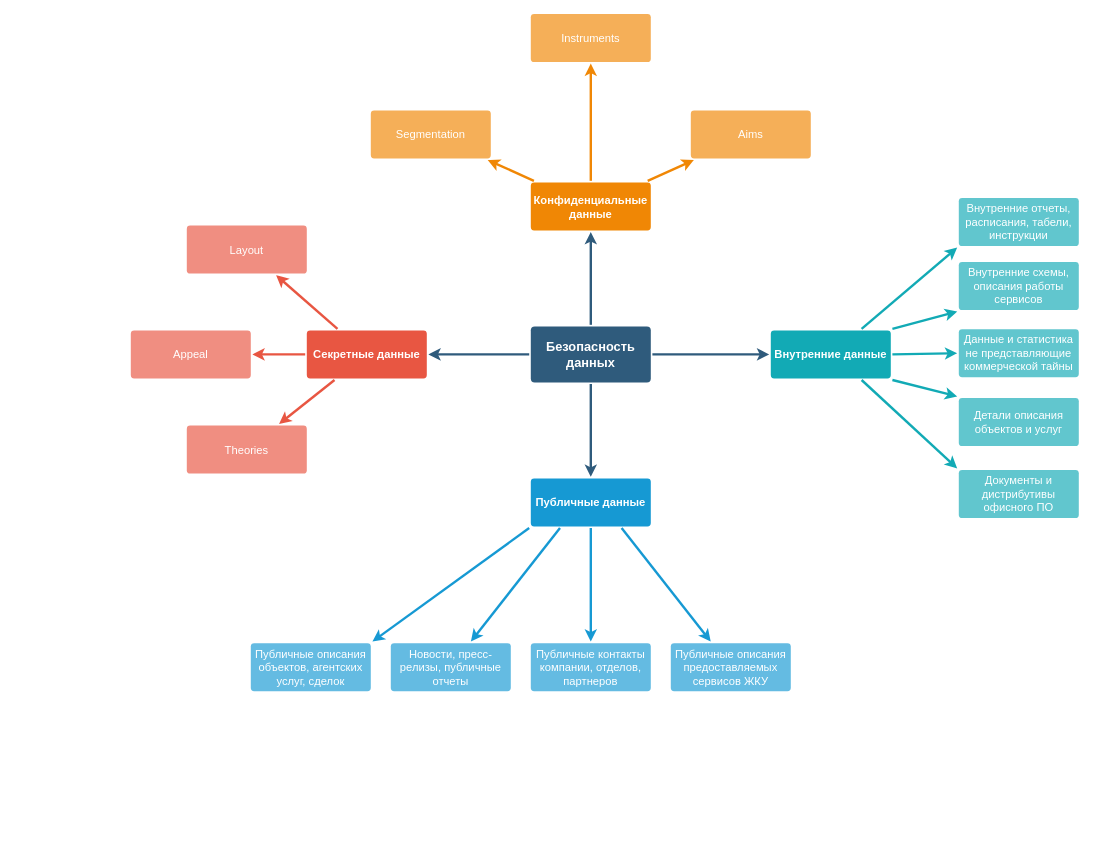
The draw.io diagram Task1/mindmap.drawio in Boropwnz/architecture-propdevelopment, before the edit. Source tidied: cells renumbered, new cells numbered last; positions are measured from the earlier drawing's top-left corner, leaving out a move shared by most shapes. Both pictures are drawn from the tidied source at 80%, with x=0, y=0 at pixel (130, 14).
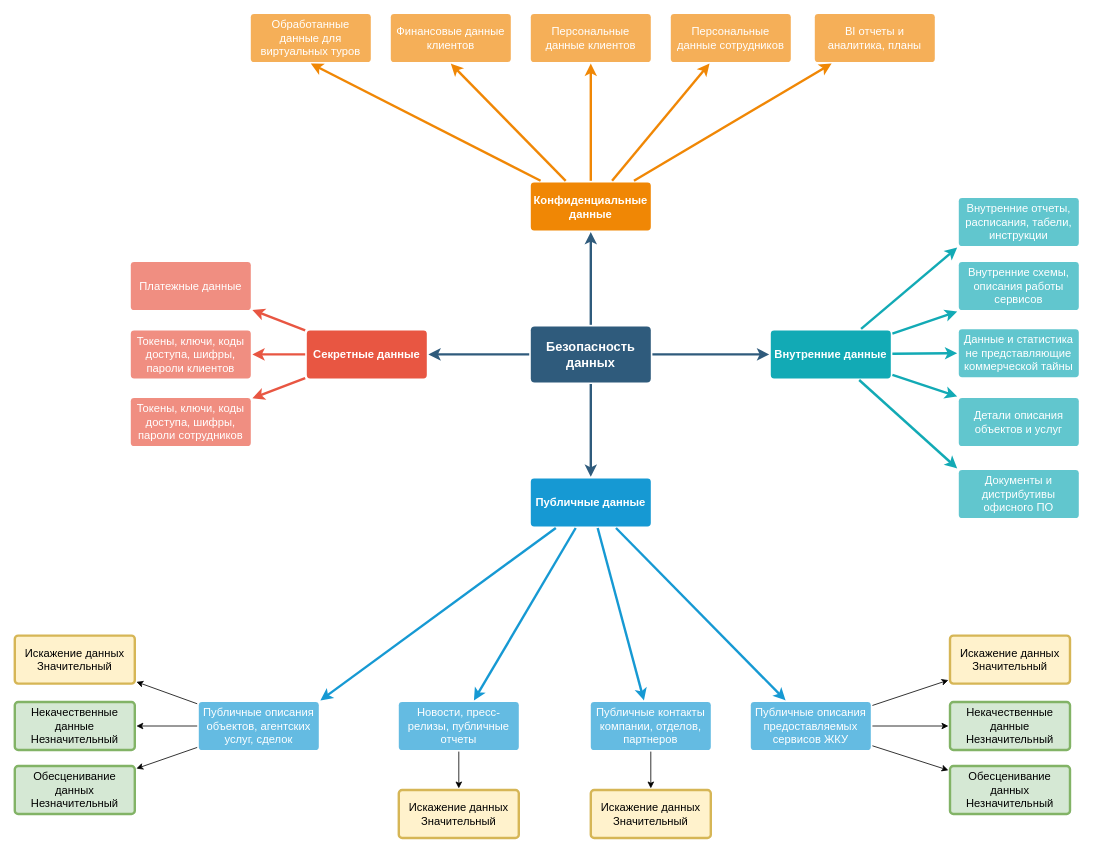
Above is the later version.

Unchanged cells that the change refers to:
```xml
<mxCell id="17" value="Публичные данные" style="rounded=1;whiteSpace=wrap;html=1;shadow=0;labelBackgroundColor=none;strokeColor=none;strokeWidth=3;fillColor=#1699d3;fontFamily=Helvetica;fontSize=14;fontColor=#FFFFFF;align=center;spacing=5;fontStyle=1;arcSize=7;perimeterSpacing=2;" parent="1" vertex="1">
  <mxGeometry x="500" y="580.5" width="150" height="60" as="geometry" />
</mxCell>
<mxCell id="21" value="Конфиденциальные данные" style="rounded=1;whiteSpace=wrap;html=1;shadow=0;labelBackgroundColor=none;strokeColor=none;strokeWidth=3;fillColor=#F08705;fontFamily=Helvetica;fontSize=14;fontColor=#FFFFFF;align=center;spacing=5;fontStyle=1;arcSize=7;perimeterSpacing=2;" parent="1" vertex="1">
  <mxGeometry x="500" y="210.5" width="150" height="60" as="geometry" />
</mxCell>
<mxCell id="28" value="Внутренние данные" style="rounded=1;whiteSpace=wrap;html=1;shadow=0;labelBackgroundColor=none;strokeColor=none;strokeWidth=3;fillColor=#12aab5;fontFamily=Helvetica;fontSize=14;fontColor=#FFFFFF;align=center;spacing=5;fontStyle=1;arcSize=7;perimeterSpacing=2;" parent="1" vertex="1">
  <mxGeometry x="800" y="395.5" width="150" height="60" as="geometry" />
</mxCell>
<mxCell id="29" value="Документы и дистрибутивы офисного ПО" style="rounded=1;whiteSpace=wrap;html=1;shadow=0;labelBackgroundColor=none;strokeColor=none;strokeWidth=3;fillColor=#61c6ce;fontFamily=Helvetica;fontSize=14;fontColor=#FFFFFF;align=center;spacing=5;fontStyle=0;arcSize=7;perimeterSpacing=2;" parent="1" vertex="1">
  <mxGeometry x="1035" y="570" width="150" height="60" as="geometry" />
</mxCell>
<mxCell id="31" value="Детали описания объектов и услуг" style="rounded=1;whiteSpace=wrap;html=1;shadow=0;labelBackgroundColor=none;strokeColor=none;strokeWidth=3;fillColor=#61c6ce;fontFamily=Helvetica;fontSize=14;fontColor=#FFFFFF;align=center;spacing=5;fontStyle=0;arcSize=7;perimeterSpacing=2;" parent="1" vertex="1">
  <mxGeometry x="1035" y="480" width="150" height="60" as="geometry" />
</mxCell>
<mxCell id="33" value="Внутренние схемы, описания работы сервисов" style="rounded=1;whiteSpace=wrap;html=1;shadow=0;labelBackgroundColor=none;strokeColor=none;strokeWidth=3;fillColor=#61c6ce;fontFamily=Helvetica;fontSize=14;fontColor=#FFFFFF;align=center;spacing=5;fontStyle=0;arcSize=7;perimeterSpacing=2;" parent="1" vertex="1">
  <mxGeometry x="1035" y="310" width="150" height="60" as="geometry" />
</mxCell>
<mxCell id="35" value="Внутренние отчеты, расписания, табели, инструкции" style="rounded=1;whiteSpace=wrap;html=1;shadow=0;labelBackgroundColor=none;strokeColor=none;strokeWidth=3;fillColor=#61c6ce;fontFamily=Helvetica;fontSize=14;fontColor=#FFFFFF;align=center;spacing=5;fontStyle=0;arcSize=7;perimeterSpacing=2;" parent="1" vertex="1">
  <mxGeometry x="1035" y="230" width="150" height="60" as="geometry" />
</mxCell>
<mxCell id="39" value="Данные и статистика не представляющие коммерческой тайны" style="rounded=1;whiteSpace=wrap;html=1;shadow=0;labelBackgroundColor=none;strokeColor=none;strokeWidth=3;fillColor=#61c6ce;fontFamily=Helvetica;fontSize=14;fontColor=#FFFFFF;align=center;spacing=5;fontStyle=0;arcSize=7;perimeterSpacing=2;" parent="1" vertex="1">
  <mxGeometry x="1035" y="394" width="150" height="60" as="geometry" />
</mxCell>
```

What changed in the source:
```diff
@@
-    <mxCell id="11" value="Theories" style="rounded=1;whiteSpace=wrap;html=1;shadow=0;labelBackgroundColor=none;strokeColor=none;strokeWidth=3;fillColor=#f08e81;fontFamily=Helvetica;fontSize=14;fontColor=#FFFFFF;align=center;spacing=5;fontStyle=0;arcSize=7;perimeterSpacing=2;" parent="1" vertex="1">
-      <mxGeometry x="70" y="514.5" width="150" height="60" as="geometry" />
+    <mxCell id="11" value="Токены, ключи, коды доступа, шифры, пароли сотрудников" style="rounded=1;whiteSpace=wrap;html=1;shadow=0;labelBackgroundColor=none;strokeColor=none;strokeWidth=3;fillColor=#f08e81;fontFamily=Helvetica;fontSize=14;fontColor=#FFFFFF;align=center;spacing=5;fontStyle=0;arcSize=7;perimeterSpacing=2;" parent="1" vertex="1">
+      <mxGeometry y="480" width="150" height="60" as="geometry" />
     </mxCell>
-    <mxCell id="12" value="Appeal" style="rounded=1;whiteSpace=wrap;html=1;shadow=0;labelBackgroundColor=none;strokeColor=none;strokeWidth=3;fillColor=#f08e81;fontFamily=Helvetica;fontSize=14;fontColor=#FFFFFF;align=center;spacing=5;fontStyle=0;arcSize=7;perimeterSpacing=2;" parent="1" vertex="1">
+    <mxCell id="12" value="Токены, ключи, коды доступа, шифры, пароли клиентов" style="rounded=1;whiteSpace=wrap;html=1;shadow=0;labelBackgroundColor=none;strokeColor=none;strokeWidth=3;fillColor=#f08e81;fontFamily=Helvetica;fontSize=14;fontColor=#FFFFFF;align=center;spacing=5;fontStyle=0;arcSize=7;perimeterSpacing=2;" parent="1" vertex="1">
       <mxGeometry y="395.5" width="150" height="60" as="geometry" />
     </mxCell>
-    <mxCell id="13" value="Layout" style="rounded=1;whiteSpace=wrap;html=1;shadow=0;labelBackgroundColor=none;strokeColor=none;strokeWidth=3;fillColor=#f08e81;fontFamily=Helvetica;fontSize=14;fontColor=#FFFFFF;align=center;spacing=5;fontStyle=0;arcSize=7;perimeterSpacing=2;" parent="1" vertex="1">
-      <mxGeometry x="70" y="264.5" width="150" height="60" as="geometry" />
+    <mxCell id="13" value="Платежные данные" style="rounded=1;whiteSpace=wrap;html=1;shadow=0;labelBackgroundColor=none;strokeColor=none;strokeWidth=3;fillColor=#f08e81;fontFamily=Helvetica;fontSize=14;fontColor=#FFFFFF;align=center;spacing=5;fontStyle=0;arcSize=7;perimeterSpacing=2;" parent="1" vertex="1">
+      <mxGeometry y="310" width="150" height="60" as="geometry" />
     </mxCell>
-    <mxCell id="14" style="edgeStyle=none;rounded=0;jumpStyle=none;html=1;shadow=0;labelBackgroundColor=none;startArrow=none;startFill=0;endArrow=classic;endFill=1;jettySize=auto;strokeColor=#1699D3;strokeWidth=3;fontFamily=Helvetica;fontSize=14;fontColor=#FFFFFF;spacing=5;exitX=0.25;exitY=1;exitDx=0;exitDy=0;" parent="1" edge="1" source="17" target="20">
+    <mxCell id="14" style="edgeStyle=none;rounded=0;jumpStyle=none;html=1;shadow=0;labelBackgroundColor=none;startArrow=none;startFill=0;endArrow=classic;endFill=1;jettySize=auto;strokeColor=#1699D3;strokeWidth=3;fontFamily=Helvetica;fontSize=14;fontColor=#FFFFFF;spacing=5;" parent="1" edge="1" source="17" target="20">
       <mxGeometry relative="1" as="geometry" />
     </mxCell>
@@
-    <mxCell id="16" style="edgeStyle=none;rounded=0;jumpStyle=none;html=1;shadow=0;labelBackgroundColor=none;startArrow=none;startFill=0;endArrow=classic;endFill=1;jettySize=auto;strokeColor=#1699D3;strokeWidth=3;fontFamily=Helvetica;fontSize=14;fontColor=#FFFFFF;spacing=5;exitX=0.75;exitY=1;exitDx=0;exitDy=0;" parent="1" edge="1" source="17" target="18">
+    <mxCell id="16" style="edgeStyle=none;rounded=0;jumpStyle=none;html=1;shadow=0;labelBackgroundColor=none;startArrow=none;startFill=0;endArrow=classic;endFill=1;jettySize=auto;strokeColor=#1699D3;strokeWidth=3;fontFamily=Helvetica;fontSize=14;fontColor=#FFFFFF;spacing=5;" parent="1" edge="1" source="17" target="18">
       <mxGeometry relative="1" as="geometry" />
     </mxCell>
@@
+    <mxCell id="41" style="rounded=0;jettySize=auto;html=1;" parent="1" edge="1" source="18" target="58">
+      <mxGeometry relative="1" as="geometry" />
+    </mxCell>
+    <mxCell id="42" style="rounded=0;jettySize=auto;html=1;" parent="1" edge="1" source="18" target="59">
+      <mxGeometry relative="1" as="geometry" />
+    </mxCell>
+    <mxCell id="43" style="rounded=0;jettySize=auto;html=1;" parent="1" edge="1" source="18" target="60">
+      <mxGeometry relative="1" as="geometry" />
+    </mxCell>
     <mxCell id="18" value="Публичные описания предоставляемых сервисов ЖКУ" style="rounded=1;whiteSpace=wrap;html=1;shadow=0;labelBackgroundColor=none;strokeColor=none;strokeWidth=3;fillColor=#64bbe2;fontFamily=Helvetica;fontSize=14;fontColor=#FFFFFF;align=center;spacing=5;arcSize=7;perimeterSpacing=2;" parent="1" vertex="1">
-      <mxGeometry x="675" y="786.5" width="150" height="60" as="geometry" />
+      <mxGeometry x="775" y="860" width="150" height="60" as="geometry" />
     </mxCell>
+    <mxCell id="44" style="rounded=0;jettySize=auto;html=1;" parent="1" edge="1" source="19" target="57">
+      <mxGeometry relative="1" as="geometry" />
+    </mxCell>
     <mxCell id="19" value="Публичные контакты компании, отделов, партнеров" style="rounded=1;whiteSpace=wrap;html=1;shadow=0;labelBackgroundColor=none;strokeColor=none;strokeWidth=3;fillColor=#64bbe2;fontFamily=Helvetica;fontSize=14;fontColor=#FFFFFF;align=center;spacing=5;arcSize=7;perimeterSpacing=2;" parent="1" vertex="1">
-      <mxGeometry x="500" y="786.5" width="150" height="60" as="geometry" />
+      <mxGeometry x="575" y="860" width="150" height="60" as="geometry" />
     </mxCell>
+    <mxCell id="45" style="rounded=0;jettySize=auto;html=1;" parent="1" edge="1" source="20" target="56">
+      <mxGeometry relative="1" as="geometry" />
+    </mxCell>
     <mxCell id="20" value="Новости, пресс-релизы, публичные отчеты" style="rounded=1;whiteSpace=wrap;html=1;shadow=0;labelBackgroundColor=none;strokeColor=none;strokeWidth=3;fillColor=#64bbe2;fontFamily=Helvetica;fontSize=14;fontColor=#FFFFFF;align=center;spacing=5;arcSize=7;perimeterSpacing=2;" parent="1" vertex="1">
-      <mxGeometry x="325" y="786.5" width="150" height="60" as="geometry" />
+      <mxGeometry x="335" y="860" width="150" height="60" as="geometry" />
     </mxCell>
@@
-    <mxCell id="22" value="Aims&lt;br&gt;" style="rounded=1;whiteSpace=wrap;html=1;shadow=0;labelBackgroundColor=none;strokeColor=none;strokeWidth=3;fillColor=#f5af58;fontFamily=Helvetica;fontSize=14;fontColor=#FFFFFF;align=center;spacing=5;arcSize=7;perimeterSpacing=2;" parent="1" vertex="1">
-      <mxGeometry x="700" y="120.5" width="150" height="60" as="geometry" />
+    <mxCell id="22" value="BI отчеты и аналитика, планы" style="rounded=1;whiteSpace=wrap;html=1;shadow=0;labelBackgroundColor=none;strokeColor=none;strokeWidth=3;fillColor=#f5af58;fontFamily=Helvetica;fontSize=14;fontColor=#FFFFFF;align=center;spacing=5;arcSize=7;perimeterSpacing=2;" parent="1" vertex="1">
+      <mxGeometry x="855" width="150" height="60" as="geometry" />
     </mxCell>
@@
-    <mxCell id="24" value="Instruments" style="rounded=1;whiteSpace=wrap;html=1;shadow=0;labelBackgroundColor=none;strokeColor=none;strokeWidth=3;fillColor=#f5af58;fontFamily=Helvetica;fontSize=14;fontColor=#FFFFFF;align=center;spacing=5;arcSize=7;perimeterSpacing=2;" parent="1" vertex="1">
-      <mxGeometry x="500" width="150" height="60" as="geometry" />
+    <mxCell id="24" value="Персональные данные сотрудников" style="rounded=1;whiteSpace=wrap;html=1;shadow=0;labelBackgroundColor=none;strokeColor=none;strokeWidth=3;fillColor=#f5af58;fontFamily=Helvetica;fontSize=14;fontColor=#FFFFFF;align=center;spacing=5;arcSize=7;perimeterSpacing=2;" parent="1" vertex="1">
+      <mxGeometry x="675" width="150" height="60" as="geometry" />
     </mxCell>
@@
-    <mxCell id="26" value="Segmentation" style="rounded=1;whiteSpace=wrap;html=1;shadow=0;labelBackgroundColor=none;strokeColor=none;strokeWidth=3;fillColor=#f5af58;fontFamily=Helvetica;fontSize=14;fontColor=#FFFFFF;align=center;spacing=5;arcSize=7;perimeterSpacing=2;" parent="1" vertex="1">
-      <mxGeometry x="300" y="120.5" width="150" height="60" as="geometry" />
+    <mxCell id="26" value="Персональные данные клиентов" style="rounded=1;whiteSpace=wrap;html=1;shadow=0;labelBackgroundColor=none;strokeColor=none;strokeWidth=3;fillColor=#f5af58;fontFamily=Helvetica;fontSize=14;fontColor=#FFFFFF;align=center;spacing=5;arcSize=7;perimeterSpacing=2;" parent="1" vertex="1">
+      <mxGeometry x="500" width="150" height="60" as="geometry" />
     </mxCell>
@@
-    <mxCell id="30" style="edgeStyle=none;rounded=1;jumpStyle=none;html=1;shadow=0;labelBackgroundColor=none;startArrow=none;startFill=0;jettySize=auto;strokeColor=#12AAB5;strokeWidth=3;fontFamily=Helvetica;fontSize=14;fontColor=#FFFFFF;spacing=5;fontStyle=1;fillColor=#b0e3e6;exitX=0.75;exitY=1;exitDx=0;exitDy=0;entryX=0;entryY=0;entryDx=0;entryDy=0;" parent="1" edge="1" source="28" target="29">
+    <mxCell id="30" style="edgeStyle=none;rounded=1;jumpStyle=none;html=1;shadow=0;labelBackgroundColor=none;startArrow=none;startFill=0;jettySize=auto;strokeColor=#12AAB5;strokeWidth=3;fontFamily=Helvetica;fontSize=14;fontColor=#FFFFFF;spacing=5;fontStyle=1;fillColor=#b0e3e6;entryX=0;entryY=0;entryDx=0;entryDy=0;" parent="1" edge="1" source="28" target="29">
       <mxGeometry relative="1" as="geometry" />
     </mxCell>
@@
-    <mxCell id="32" style="edgeStyle=none;rounded=1;jumpStyle=none;html=1;shadow=0;labelBackgroundColor=none;startArrow=none;startFill=0;jettySize=auto;strokeColor=#12AAB5;strokeWidth=3;fontFamily=Helvetica;fontSize=14;fontColor=#FFFFFF;spacing=5;fontStyle=1;fillColor=#b0e3e6;exitX=1;exitY=1;exitDx=0;exitDy=0;entryX=0;entryY=0;entryDx=0;entryDy=0;" parent="1" edge="1" source="28" target="31">
+    <mxCell id="32" style="edgeStyle=none;rounded=1;jumpStyle=none;html=1;shadow=0;labelBackgroundColor=none;startArrow=none;startFill=0;jettySize=auto;strokeColor=#12AAB5;strokeWidth=3;fontFamily=Helvetica;fontSize=14;fontColor=#FFFFFF;spacing=5;fontStyle=1;fillColor=#b0e3e6;entryX=0;entryY=0;entryDx=0;entryDy=0;" parent="1" edge="1" source="28" target="31">
       <mxGeometry relative="1" as="geometry" />
     </mxCell>
@@
-    <mxCell id="34" style="edgeStyle=none;rounded=1;jumpStyle=none;html=1;shadow=0;labelBackgroundColor=none;startArrow=none;startFill=0;jettySize=auto;strokeColor=#12AAB5;strokeWidth=3;fontFamily=Helvetica;fontSize=14;fontColor=#FFFFFF;spacing=5;fontStyle=1;fillColor=#b0e3e6;exitX=1;exitY=0;exitDx=0;exitDy=0;entryX=0;entryY=1;entryDx=0;entryDy=0;" parent="1" edge="1" source="28" target="33">
+    <mxCell id="34" style="edgeStyle=none;rounded=1;jumpStyle=none;html=1;shadow=0;labelBackgroundColor=none;startArrow=none;startFill=0;jettySize=auto;strokeColor=#12AAB5;strokeWidth=3;fontFamily=Helvetica;fontSize=14;fontColor=#FFFFFF;spacing=5;fontStyle=1;fillColor=#b0e3e6;entryX=0;entryY=1;entryDx=0;entryDy=0;" parent="1" edge="1" source="28" target="33">
       <mxGeometry relative="1" as="geometry" />
     </mxCell>
@@
-    <mxCell id="36" style="edgeStyle=none;rounded=1;jumpStyle=none;html=1;shadow=0;labelBackgroundColor=none;startArrow=none;startFill=0;jettySize=auto;strokeColor=#12AAB5;strokeWidth=3;fontFamily=Helvetica;fontSize=14;fontColor=#FFFFFF;spacing=5;fontStyle=1;fillColor=#b0e3e6;exitX=0.75;exitY=0;exitDx=0;exitDy=0;entryX=0;entryY=1;entryDx=0;entryDy=0;" parent="1" edge="1" source="28" target="35">
+    <mxCell id="36" style="edgeStyle=none;rounded=1;jumpStyle=none;html=1;shadow=0;labelBackgroundColor=none;startArrow=none;startFill=0;jettySize=auto;strokeColor=#12AAB5;strokeWidth=3;fontFamily=Helvetica;fontSize=14;fontColor=#FFFFFF;spacing=5;fontStyle=1;fillColor=#b0e3e6;entryX=0;entryY=1;entryDx=0;entryDy=0;" parent="1" edge="1" source="28" target="35">
       <mxGeometry relative="1" as="geometry" />
     </mxCell>
-    <mxCell id="37" style="edgeStyle=none;rounded=0;jumpStyle=none;html=1;shadow=0;labelBackgroundColor=none;startArrow=none;startFill=0;endArrow=classic;endFill=1;jettySize=auto;strokeColor=#1699D3;strokeWidth=3;fontFamily=Helvetica;fontSize=14;fontColor=#FFFFFF;spacing=5;exitX=0;exitY=1;exitDx=0;exitDy=0;entryX=1;entryY=0;entryDx=0;entryDy=0;" parent="1" edge="1" source="17" target="38">
+    <mxCell id="37" style="edgeStyle=none;rounded=0;jumpStyle=none;html=1;shadow=0;labelBackgroundColor=none;startArrow=none;startFill=0;endArrow=classic;endFill=1;jettySize=auto;strokeColor=#1699D3;strokeWidth=3;fontFamily=Helvetica;fontSize=14;fontColor=#FFFFFF;spacing=5;entryX=1;entryY=0;entryDx=0;entryDy=0;" parent="1" edge="1" source="17" target="38">
       <mxGeometry relative="1" as="geometry" />
     </mxCell>
+    <mxCell id="46" style="rounded=0;jettySize=auto;html=1;strokeColor=default;" parent="1" edge="1" source="38" target="53">
+      <mxGeometry relative="1" as="geometry" />
+    </mxCell>
+    <mxCell id="47" style="rounded=0;jettySize=auto;html=1;" parent="1" edge="1" source="38" target="54">
+      <mxGeometry relative="1" as="geometry" />
+    </mxCell>
+    <mxCell id="48" style="rounded=0;jettySize=auto;html=1;" parent="1" edge="1" source="38" target="55">
+      <mxGeometry relative="1" as="geometry" />
+    </mxCell>
     <mxCell id="38" value="Публичные описания объектов, агентских услуг, сделок" style="rounded=1;whiteSpace=wrap;html=1;shadow=0;labelBackgroundColor=none;strokeColor=none;strokeWidth=3;fillColor=#64bbe2;fontFamily=Helvetica;fontSize=14;fontColor=#FFFFFF;align=center;spacing=5;arcSize=7;perimeterSpacing=2;" parent="1" vertex="1">
-      <mxGeometry x="150" y="786.5" width="150" height="60" as="geometry" />
+      <mxGeometry x="85" y="860" width="150" height="60" as="geometry" />
     </mxCell>
@@
-    <mxCell id="40" style="edgeStyle=none;rounded=1;jumpStyle=none;html=1;shadow=0;labelBackgroundColor=none;startArrow=none;startFill=0;jettySize=auto;strokeColor=#12AAB5;strokeWidth=3;fontFamily=Helvetica;fontSize=14;fontColor=#FFFFFF;spacing=5;fontStyle=1;fillColor=#b0e3e6;exitX=1;exitY=0.5;exitDx=0;exitDy=0;entryX=0;entryY=0.5;entryDx=0;entryDy=0;" parent="1" edge="1" source="28" target="39">
+    <mxCell id="40" style="edgeStyle=none;rounded=1;jumpStyle=none;html=1;shadow=0;labelBackgroundColor=none;startArrow=none;startFill=0;jettySize=auto;strokeColor=#12AAB5;strokeWidth=3;fontFamily=Helvetica;fontSize=14;fontColor=#FFFFFF;spacing=5;fontStyle=1;fillColor=#b0e3e6;entryX=0;entryY=0.5;entryDx=0;entryDy=0;" parent="1" edge="1" source="28" target="39">
       <mxGeometry relative="1" as="geometry" />
     </mxCell>
+    <mxCell id="49" value="Финансовые данные клиентов" style="rounded=1;whiteSpace=wrap;html=1;shadow=0;labelBackgroundColor=none;strokeColor=none;strokeWidth=3;fillColor=#f5af58;fontFamily=Helvetica;fontSize=14;fontColor=#FFFFFF;align=center;spacing=5;arcSize=7;perimeterSpacing=2;" parent="1" vertex="1">
+      <mxGeometry x="325" width="150" height="60" as="geometry" />
+    </mxCell>
+    <mxCell id="50" style="edgeStyle=none;rounded=0;jumpStyle=none;html=1;shadow=0;labelBackgroundColor=none;startArrow=none;startFill=0;endArrow=classic;endFill=1;jettySize=auto;strokeColor=#F08705;strokeWidth=3;fontFamily=Helvetica;fontSize=14;fontColor=#FFFFFF;spacing=5;entryX=0.5;entryY=1;entryDx=0;entryDy=0;" parent="1" edge="1" source="21" target="49">
+      <mxGeometry relative="1" as="geometry" />
+    </mxCell>
+    <mxCell id="51" value="Обработанные данные для виртуальных туров" style="rounded=1;whiteSpace=wrap;html=1;shadow=0;labelBackgroundColor=none;strokeColor=none;strokeWidth=3;fillColor=#f5af58;fontFamily=Helvetica;fontSize=14;fontColor=#FFFFFF;align=center;spacing=5;arcSize=7;perimeterSpacing=2;" parent="1" vertex="1">
+      <mxGeometry x="150" width="150" height="60" as="geometry" />
+    </mxCell>
+    <mxCell id="52" style="edgeStyle=none;rounded=0;jumpStyle=none;html=1;shadow=0;labelBackgroundColor=none;startArrow=none;startFill=0;endArrow=classic;endFill=1;jettySize=auto;strokeColor=#F08705;strokeWidth=3;fontFamily=Helvetica;fontSize=14;fontColor=#FFFFFF;spacing=5;entryX=0.5;entryY=1;entryDx=0;entryDy=0;" parent="1" edge="1" source="21" target="51">
+      <mxGeometry relative="1" as="geometry" />
+    </mxCell>
+    <mxCell id="53" value="Искажение данных&lt;div&gt;Значительный&lt;/div&gt;" style="rounded=1;whiteSpace=wrap;html=1;shadow=0;labelBackgroundColor=none;strokeColor=#d6b656;strokeWidth=3;fillColor=#fff2cc;fontFamily=Helvetica;fontSize=14;align=center;spacing=5;arcSize=7;perimeterSpacing=2;" parent="1" vertex="1">
+      <mxGeometry x="-145" y="777" width="150" height="60" as="geometry" />
+    </mxCell>
+    <mxCell id="54" value="Некачественные данные&lt;div&gt;Незначительный&lt;/div&gt;" style="rounded=1;whiteSpace=wrap;html=1;shadow=0;labelBackgroundColor=none;strokeColor=#82b366;strokeWidth=3;fillColor=#d5e8d4;fontFamily=Helvetica;fontSize=14;align=center;spacing=5;arcSize=7;perimeterSpacing=2;" parent="1" vertex="1">
+      <mxGeometry x="-145" y="860" width="150" height="60" as="geometry" />
+    </mxCell>
+    <mxCell id="55" value="Обесценивание данных&lt;div&gt;Незначительный&lt;/div&gt;" style="rounded=1;whiteSpace=wrap;html=1;shadow=0;labelBackgroundColor=none;strokeColor=#82b366;strokeWidth=3;fillColor=#d5e8d4;fontFamily=Helvetica;fontSize=14;align=center;spacing=5;arcSize=7;perimeterSpacing=2;" parent="1" vertex="1">
+      <mxGeometry x="-145" y="940" width="150" height="60" as="geometry" />
+    </mxCell>
+    <mxCell id="56" value="Искажение данных&lt;div&gt;Значительный&lt;/div&gt;" style="rounded=1;whiteSpace=wrap;html=1;shadow=0;labelBackgroundColor=none;strokeColor=#d6b656;strokeWidth=3;fillColor=#fff2cc;fontFamily=Helvetica;fontSize=14;align=center;spacing=5;arcSize=7;perimeterSpacing=2;" parent="1" vertex="1">
+      <mxGeometry x="335" y="970" width="150" height="60" as="geometry" />
+    </mxCell>
+    <mxCell id="57" value="Искажение данных&lt;div&gt;Значительный&lt;/div&gt;" style="rounded=1;whiteSpace=wrap;html=1;shadow=0;labelBackgroundColor=none;strokeColor=#d6b656;strokeWidth=3;fillColor=#fff2cc;fontFamily=Helvetica;fontSize=14;align=center;spacing=5;arcSize=7;perimeterSpacing=2;" parent="1" vertex="1">
+      <mxGeometry x="575" y="970" width="150" height="60" as="geometry" />
+    </mxCell>
+    <mxCell id="58" value="Искажение данных&lt;div&gt;Значительный&lt;/div&gt;" style="rounded=1;whiteSpace=wrap;html=1;shadow=0;labelBackgroundColor=none;strokeColor=#d6b656;strokeWidth=3;fillColor=#fff2cc;fontFamily=Helvetica;fontSize=14;align=center;spacing=5;arcSize=7;perimeterSpacing=2;" parent="1" vertex="1">
+      <mxGeometry x="1024" y="777" width="150" height="60" as="geometry" />
+    </mxCell>
+    <mxCell id="59" value="Некачественные данные&lt;div&gt;Незначительный&lt;/div&gt;" style="rounded=1;whiteSpace=wrap;html=1;shadow=0;labelBackgroundColor=none;strokeColor=#82b366;strokeWidth=3;fillColor=#d5e8d4;fontFamily=Helvetica;fontSize=14;align=center;spacing=5;arcSize=7;perimeterSpacing=2;" parent="1" vertex="1">
+      <mxGeometry x="1024" y="860" width="150" height="60" as="geometry" />
+    </mxCell>
+    <mxCell id="60" value="Обесценивание данных&lt;div&gt;Незначительный&lt;/div&gt;" style="rounded=1;whiteSpace=wrap;html=1;shadow=0;labelBackgroundColor=none;strokeColor=#82b366;strokeWidth=3;fillColor=#d5e8d4;fontFamily=Helvetica;fontSize=14;align=center;spacing=5;arcSize=7;perimeterSpacing=2;" parent="1" vertex="1">
+      <mxGeometry x="1024" y="940" width="150" height="60" as="geometry" />
+    </mxCell>
```
